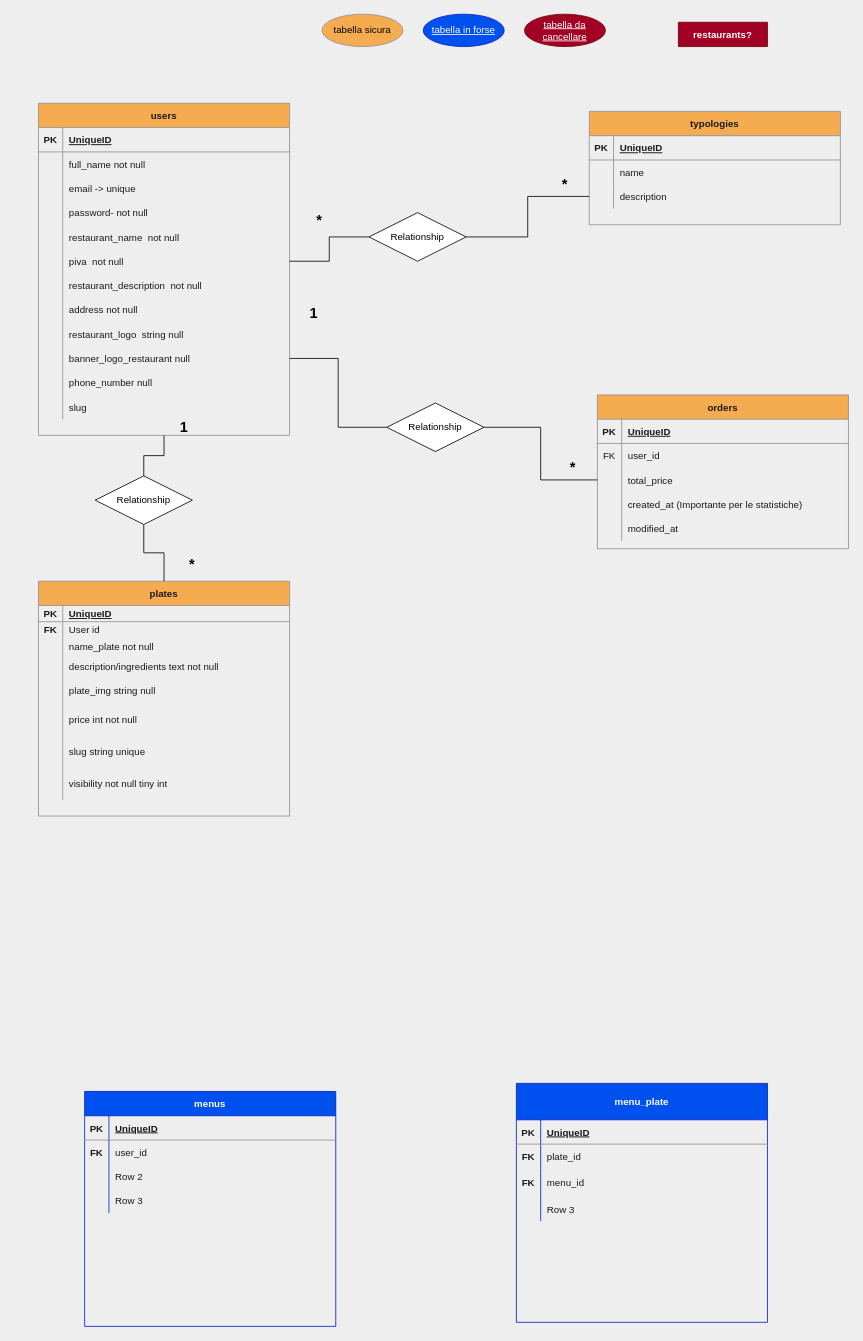
This is db_tables.drawio from Alfredloz/fast-n-food, a draw.io file, before an edit. Source tidied: cells renumbered, new cells numbered last; positions are measured from the earlier drawing's top-left corner, leaving out a move shared by most shapes. Both pictures are drawn from the tidied source at 81%, with x=0, y=0 at pixel (38, 14).
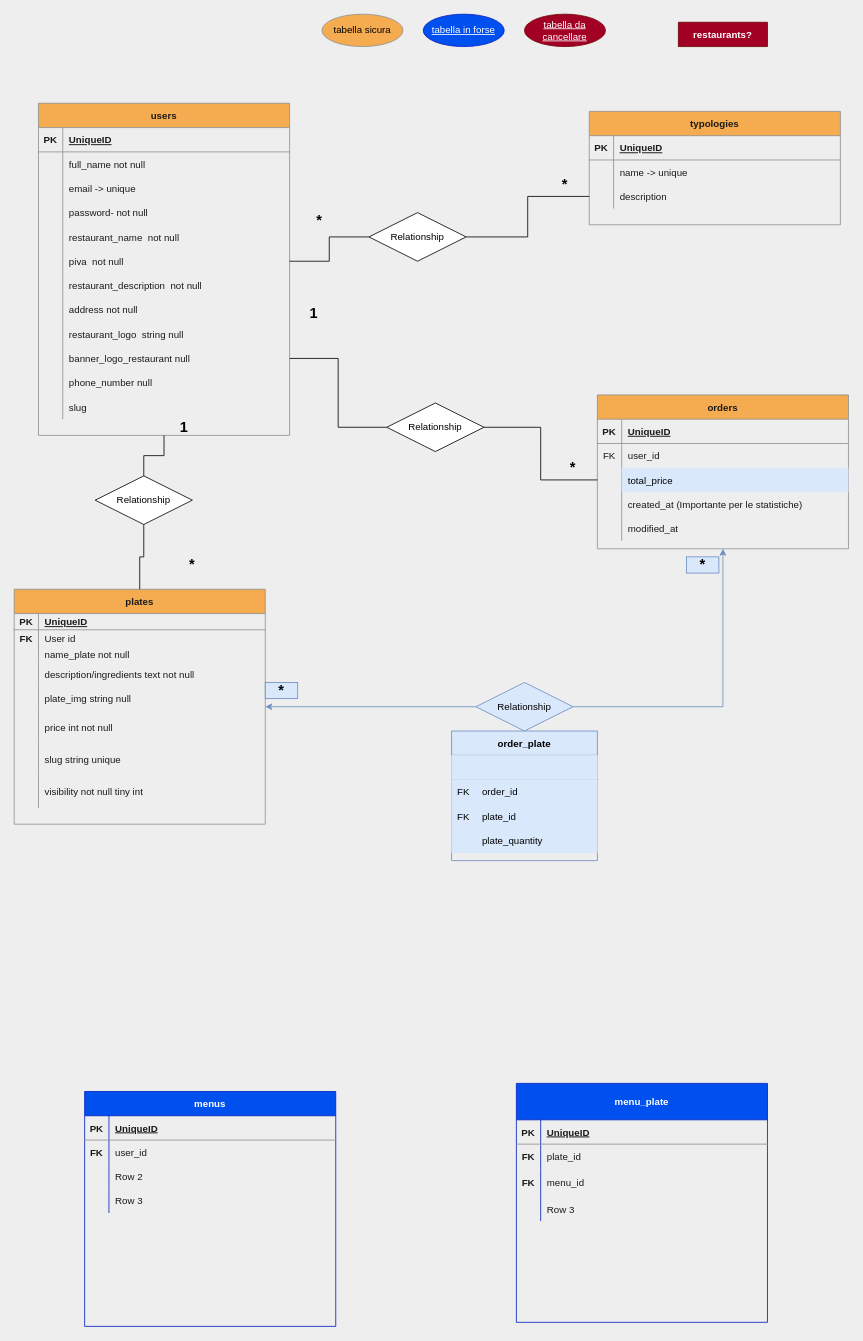
Above is the later version.

Commit message (it also covers changes not shown here):
Update del diagramma

Aggiornato il database su draw.io e aggiunto db beautyficato

Unchanged cells that the change refers to:
```xml
<mxCell id="44" style="shape=partialRectangle;fillColor=none;top=0;left=0;bottom=0;right=0;strokeColor=#909090;fontColor=#1A1A1A;" parent="40" vertex="1">
  <mxGeometry y="60" width="310" height="30" as="geometry" />
</mxCell>
<mxCell id="88" value="orders" style="shape=table;startSize=30;childLayout=tableLayout;rowLines=0;fontStyle=1;align=center;fillColor=#F5AB50;strokeColor=#909090;fontColor=#1A1A1A;" parent="1" vertex="1">
  <mxGeometry x="690" y="470" width="310" height="190" as="geometry" />
</mxCell>
<mxCell id="95" style="shape=partialRectangle;fillColor=none;top=0;left=0;bottom=0;right=0;points=[[0,0.5],[1,0.5]];portConstraint=eastwest;strokeColor=#909090;fontColor=#1A1A1A;" parent="88" vertex="1">
  <mxGeometry y="90" width="310" height="30" as="geometry" />
</mxCell>
```

The edit, as a diff of the source:
```diff
@@
-    <mxCell id="46" value="name" style="shape=partialRectangle;fillColor=none;top=0;left=0;bottom=0;right=0;align=left;spacingLeft=6;overflow=hidden;strokeColor=#909090;fontColor=#1A1A1A;" parent="44" vertex="1">
+    <mxCell id="46" value="name -&gt; unique" style="shape=partialRectangle;fillColor=none;top=0;left=0;bottom=0;right=0;align=left;spacingLeft=6;overflow=hidden;strokeColor=#909090;fontColor=#1A1A1A;" parent="44" vertex="1">
       <mxGeometry x="30" width="280" height="30" as="geometry" />
     </mxCell>
@@
     <mxCell id="63" value="plates" style="shape=table;startSize=30;childLayout=tableLayout;rowLines=0;fontStyle=1;align=center;fillColor=#F5AB50;strokeColor=#909090;fontColor=#1A1A1A;" parent="1" vertex="1">
-      <mxGeometry y="700" width="310" height="290" as="geometry" />
+      <mxGeometry x="-30" y="710" width="310" height="290" as="geometry" />
     </mxCell>
@@
-    <mxCell id="97" value="total_price" style="shape=partialRectangle;fillColor=none;top=0;left=0;bottom=0;right=0;align=left;spacingLeft=6;overflow=hidden;strokeColor=#909090;fontColor=#1A1A1A;" parent="95" vertex="1">
+    <mxCell id="97" value="total_price" style="shape=partialRectangle;fillColor=#dae8fc;top=0;left=0;bottom=0;right=0;align=left;spacingLeft=6;overflow=hidden;strokeColor=#6c8ebf;" parent="95" vertex="1">
       <mxGeometry x="30" width="280" height="30" as="geometry" />
     </mxCell>
@@
+    <mxCell id="135" value="order_plate" style="shape=table;startSize=30;childLayout=tableLayout;rowLines=0;fontStyle=1;align=center;fillColor=#dae8fc;strokeColor=#6c8ebf;" parent="1" vertex="1">
+      <mxGeometry x="510" y="885" width="180" height="160" as="geometry" />
+    </mxCell>
+    <mxCell id="136" style="shape=partialRectangle;fillColor=#dae8fc;top=0;left=0;bottom=1;right=0;strokeColor=#6c8ebf;" parent="135" vertex="1">
+      <mxGeometry y="30" width="180" height="30" as="geometry" />
+    </mxCell>
+    <mxCell id="137" style="shape=partialRectangle;fillColor=#dae8fc;top=0;left=0;bottom=0;right=0;fontStyle=1;overflow=hidden;strokeColor=#6c8ebf;" parent="136" vertex="1">
+      <mxGeometry width="30" height="30" as="geometry" />
+    </mxCell>
+    <mxCell id="138" style="shape=partialRectangle;fillColor=#dae8fc;top=0;left=0;bottom=0;right=0;align=left;spacingLeft=6;fontStyle=5;overflow=hidden;strokeColor=#6c8ebf;" parent="136" vertex="1">
+      <mxGeometry x="30" width="150" height="30" as="geometry" />
+    </mxCell>
+    <mxCell id="139" style="shape=partialRectangle;fillColor=#dae8fc;top=0;left=0;bottom=0;right=0;strokeColor=#6c8ebf;" parent="135" vertex="1">
+      <mxGeometry y="60" width="180" height="30" as="geometry" />
+    </mxCell>
+    <mxCell id="140" value="FK" style="shape=partialRectangle;fillColor=#dae8fc;top=0;left=0;bottom=0;right=0;overflow=hidden;strokeColor=#6c8ebf;" parent="139" vertex="1">
+      <mxGeometry width="30" height="30" as="geometry" />
+    </mxCell>
+    <mxCell id="141" value="order_id" style="shape=partialRectangle;fillColor=#dae8fc;top=0;left=0;bottom=0;right=0;align=left;spacingLeft=6;overflow=hidden;strokeColor=#6c8ebf;" parent="139" vertex="1">
+      <mxGeometry x="30" width="150" height="30" as="geometry" />
+    </mxCell>
+    <mxCell id="142" style="shape=partialRectangle;fillColor=#dae8fc;top=0;left=0;bottom=0;right=0;strokeColor=#6c8ebf;" parent="135" vertex="1">
+      <mxGeometry y="90" width="180" height="30" as="geometry" />
+    </mxCell>
+    <mxCell id="143" value="FK" style="shape=partialRectangle;fillColor=#dae8fc;top=0;left=0;bottom=0;right=0;overflow=hidden;strokeColor=#6c8ebf;" parent="142" vertex="1">
+      <mxGeometry width="30" height="30" as="geometry" />
+    </mxCell>
+    <mxCell id="144" value="plate_id" style="shape=partialRectangle;fillColor=#dae8fc;top=0;left=0;bottom=0;right=0;align=left;spacingLeft=6;overflow=hidden;strokeColor=#6c8ebf;" parent="142" vertex="1">
+      <mxGeometry x="30" width="150" height="30" as="geometry" />
+    </mxCell>
+    <mxCell id="145" style="shape=partialRectangle;fillColor=#dae8fc;top=0;left=0;bottom=0;right=0;strokeColor=#6c8ebf;" parent="135" vertex="1">
+      <mxGeometry y="120" width="180" height="30" as="geometry" />
+    </mxCell>
+    <mxCell id="146" style="shape=partialRectangle;fillColor=#dae8fc;top=0;left=0;bottom=0;right=0;overflow=hidden;strokeColor=#6c8ebf;" parent="145" vertex="1">
+      <mxGeometry width="30" height="30" as="geometry" />
+    </mxCell>
+    <mxCell id="147" value="plate_quantity" style="shape=partialRectangle;fillColor=#dae8fc;top=0;left=0;bottom=0;right=0;align=left;spacingLeft=6;overflow=hidden;strokeColor=#6c8ebf;" parent="145" vertex="1">
+      <mxGeometry x="30" width="150" height="30" as="geometry" />
+    </mxCell>
+    <mxCell id="148" value="&lt;font style=&quot;font-size: 18px&quot;&gt;&lt;b&gt;*&lt;/b&gt;&lt;/font&gt;" style="text;html=1;strokeColor=#6c8ebf;align=center;verticalAlign=middle;whiteSpace=wrap;rounded=0;fillColor=#dae8fc;" parent="1" vertex="1">
+      <mxGeometry x="280" y="825" width="40" height="20" as="geometry" />
+    </mxCell>
+    <mxCell id="149" style="edgeStyle=orthogonalEdgeStyle;rounded=0;jettySize=auto;html=1;exitX=0;exitY=0.5;exitDx=0;exitDy=0;fillColor=#dae8fc;strokeColor=#6c8ebf;" parent="1" edge="1" source="151" target="63">
+      <mxGeometry relative="1" as="geometry" />
+    </mxCell>
+    <mxCell id="150" style="edgeStyle=orthogonalEdgeStyle;rounded=0;jettySize=auto;html=1;exitX=1;exitY=0.5;exitDx=0;exitDy=0;fillColor=#dae8fc;strokeColor=#6c8ebf;" parent="1" edge="1" source="151" target="88">
+      <mxGeometry relative="1" as="geometry" />
+    </mxCell>
+    <mxCell id="151" value="Relationship" style="shape=rhombus;perimeter=rhombusPerimeter;whiteSpace=wrap;html=1;align=center;fillColor=#dae8fc;strokeColor=#6c8ebf;" parent="1" vertex="1">
+      <mxGeometry x="540" y="825" width="120" height="60" as="geometry" />
+    </mxCell>
+    <mxCell id="152" value="&lt;font style=&quot;font-size: 18px&quot;&gt;&lt;b&gt;*&lt;/b&gt;&lt;/font&gt;" style="text;html=1;strokeColor=#6c8ebf;align=center;verticalAlign=middle;whiteSpace=wrap;rounded=0;fillColor=#dae8fc;" parent="1" vertex="1">
+      <mxGeometry x="800" y="670" width="40" height="20" as="geometry" />
+    </mxCell>
```
